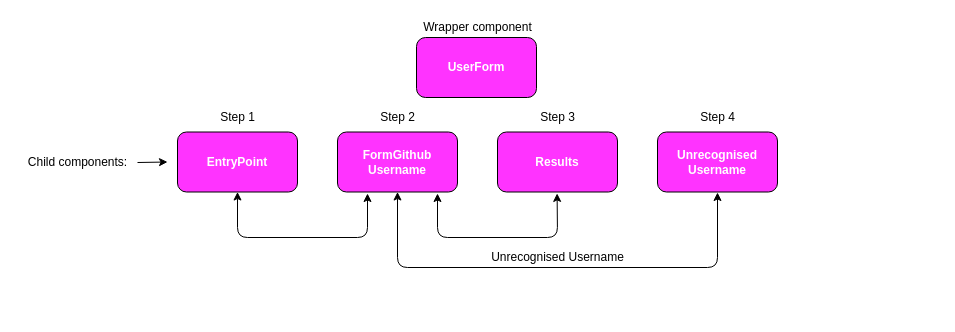
Above: public/Diagram.drawio in olliebrownlow/git-api-test (draw.io), before the change. Source tidied: cells renumbered, new cells numbered last; positions are measured from the earlier drawing's top-left corner, leaving out a move shared by most shapes. Both pictures are drawn from the tidied source at 100%, with x=0, y=0 at pixel (17, 17).
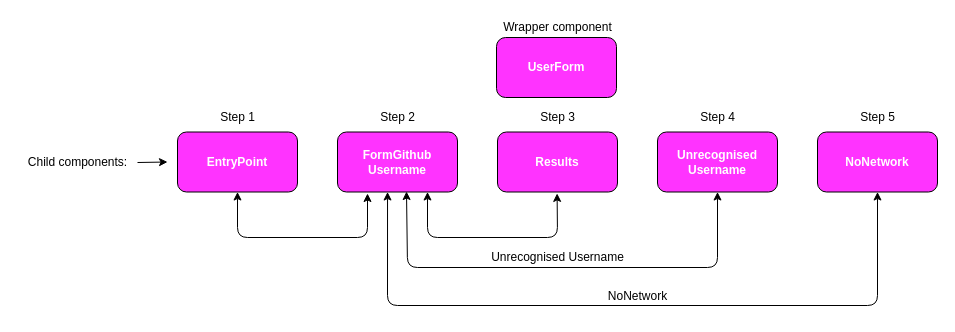
The same page after the edit.

The change refers to these unchanged cells:
```xml
<mxCell id="3" value="&lt;div&gt;&lt;b&gt;&lt;font color=&quot;#FFFFFF&quot;&gt;FormGithub&lt;/font&gt;&lt;/b&gt;&lt;/div&gt;&lt;div&gt;&lt;b&gt;&lt;font color=&quot;#FFFFFF&quot;&gt;Username&lt;/font&gt;&lt;/b&gt;&lt;/div&gt;" style="whiteSpace=wrap;html=1;fillColor=#FF33FF;comic=0;rounded=1;" parent="1" vertex="1">
  <mxGeometry x="320" y="114.5" width="120" height="60" as="geometry" />
</mxCell>
<mxCell id="5" value="&lt;div&gt;&lt;b&gt;&lt;font color=&quot;#FFFFFF&quot;&gt;Unrecognised&lt;/font&gt;&lt;/b&gt;&lt;/div&gt;&lt;div&gt;&lt;b&gt;&lt;font color=&quot;#FFFFFF&quot;&gt;Username&lt;/font&gt;&lt;/b&gt;&lt;/div&gt;" style="whiteSpace=wrap;html=1;fillColor=#FF33FF;glass=0;comic=0;rounded=1;" parent="1" vertex="1">
  <mxGeometry x="640" y="114.5" width="120" height="60" as="geometry" />
</mxCell>
```

What changed in the source:
```diff
@@
     <mxCell id="6" value="&lt;font color=&quot;#FFFFFF&quot;&gt;&lt;b&gt;UserForm&lt;/b&gt;&lt;/font&gt;" style="whiteSpace=wrap;html=1;fillColor=#FF33FF;comic=0;rounded=1;" parent="1" vertex="1">
-      <mxGeometry x="399" y="20" width="120" height="60" as="geometry" />
+      <mxGeometry x="479" y="20" width="120" height="60" as="geometry" />
     </mxCell>
     <mxCell id="7" value="&lt;div align=&quot;center&quot;&gt;Wrapper component&lt;/div&gt;" style="text;html=1;align=center;verticalAlign=top;spacingTop=-4;" parent="1" vertex="1">
-      <mxGeometry x="395" width="130" height="20" as="geometry" />
+      <mxGeometry x="475" width="130" height="20" as="geometry" />
     </mxCell>
@@
-    <mxCell id="11" style="endArrow=classic;startArrow=classic;html=1;entryX=0.397;entryY=1.024;entryDx=0;entryDy=0;entryPerimeter=0;comic=0;" parent="1" edge="1">
+    <mxCell id="11" style="endArrow=classic;startArrow=classic;html=1;entryX=0.397;entryY=1.024;entryDx=0;entryDy=0;entryPerimeter=0;comic=0;exitX=0.75;exitY=1;exitDx=0;exitDy=0;" parent="1" edge="1" source="3">
       <mxGeometry relative="1" as="geometry">
-        <mxPoint x="420" y="176" as="sourcePoint" />
         <mxPoint x="539.6" y="175.9" as="targetPoint" />
         <Array as="points">
-          <mxPoint x="420" y="220" />
+          <mxPoint x="410" y="220" />
           <mxPoint x="540" y="220" />
         </Array>
       </mxGeometry>
     </mxCell>
-    <mxCell id="12" style="endArrow=classic;startArrow=classic;html=1;comic=0;shadow=0;" parent="1" edge="1">
+    <mxCell id="12" style="endArrow=classic;startArrow=classic;html=1;comic=0;shadow=0;entryX=0.5;entryY=1;entryDx=0;entryDy=0;exitX=0.575;exitY=0.992;exitDx=0;exitDy=0;exitPerimeter=0;" parent="1" edge="1" source="3" target="5">
       <mxGeometry relative="1" as="geometry">
-        <mxPoint x="380" y="174.5" as="sourcePoint" />
-        <mxPoint x="700" y="175" as="targetPoint" />
         <Array as="points">
-          <mxPoint x="380" y="250" />
+          <mxPoint x="390" y="250" />
           <mxPoint x="700" y="250" />
         </Array>
       </mxGeometry>
     </mxCell>
@@
+    <mxCell id="18" value="&lt;div&gt;&lt;b&gt;&lt;font color=&quot;#FFFFFF&quot;&gt;NoNetwork&lt;/font&gt;&lt;/b&gt;&lt;/div&gt;" style="whiteSpace=wrap;html=1;fillColor=#FF33FF;glass=0;comic=0;rounded=1;" parent="1" vertex="1">
+      <mxGeometry x="800" y="114.5" width="120" height="60" as="geometry" />
+    </mxCell>
+    <mxCell id="19" value="&lt;div align=&quot;center&quot;&gt;Step 5&lt;/div&gt;" style="text;html=1;align=center;verticalAlign=top;spacingTop=-4;" parent="1" vertex="1">
+      <mxGeometry x="835" y="90" width="50" height="20" as="geometry" />
+    </mxCell>
+    <mxCell id="20" style="endArrow=classic;startArrow=classic;html=1;comic=0;shadow=0;exitX=0.417;exitY=1;exitDx=0;exitDy=0;exitPerimeter=0;entryX=0.5;entryY=1;entryDx=0;entryDy=0;" parent="1" edge="1" source="3" target="18">
+      <mxGeometry relative="1" as="geometry">
+        <Array as="points">
+          <mxPoint x="370" y="288" />
+          <mxPoint x="860" y="288" />
+        </Array>
+      </mxGeometry>
+    </mxCell>
+    <mxCell id="21" value="&lt;div&gt;NoNetwork&lt;/div&gt;" style="text;html=1;align=center;verticalAlign=top;spacingTop=-4;" parent="1" vertex="1">
+      <mxGeometry x="580" y="269" width="80" height="20" as="geometry" />
+    </mxCell>
```
